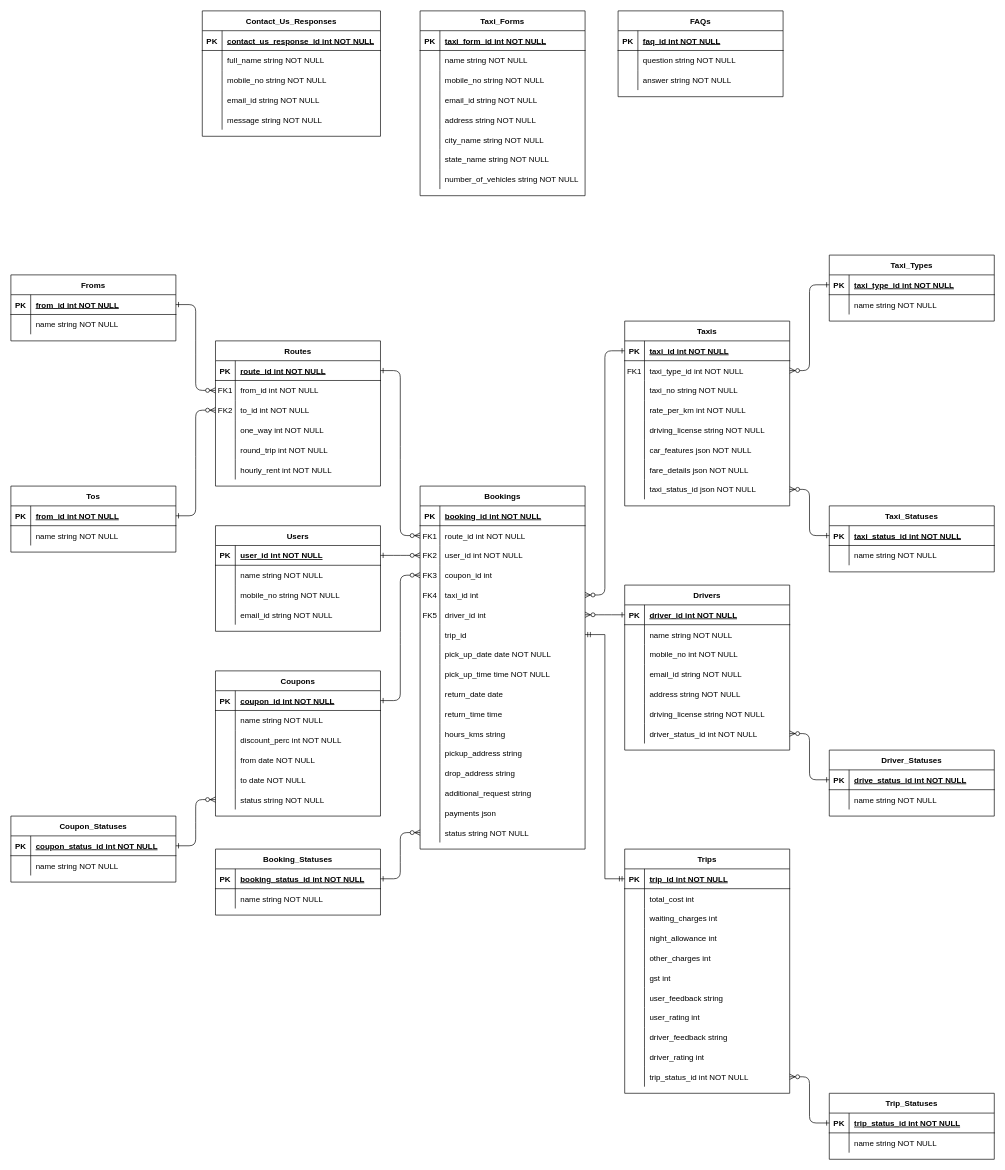
Earlier version of the draw.io diagram BTCv2.drawio (TechManTejas/BombayTaxiCo_Express_Backend). Source tidied: cells renumbered, new cells numbered last; positions are measured from the earlier drawing's top-left corner, leaving out a move shared by most shapes. Both pictures are drawn from the tidied source at 66%, with x=0, y=0 at pixel (11, 11).
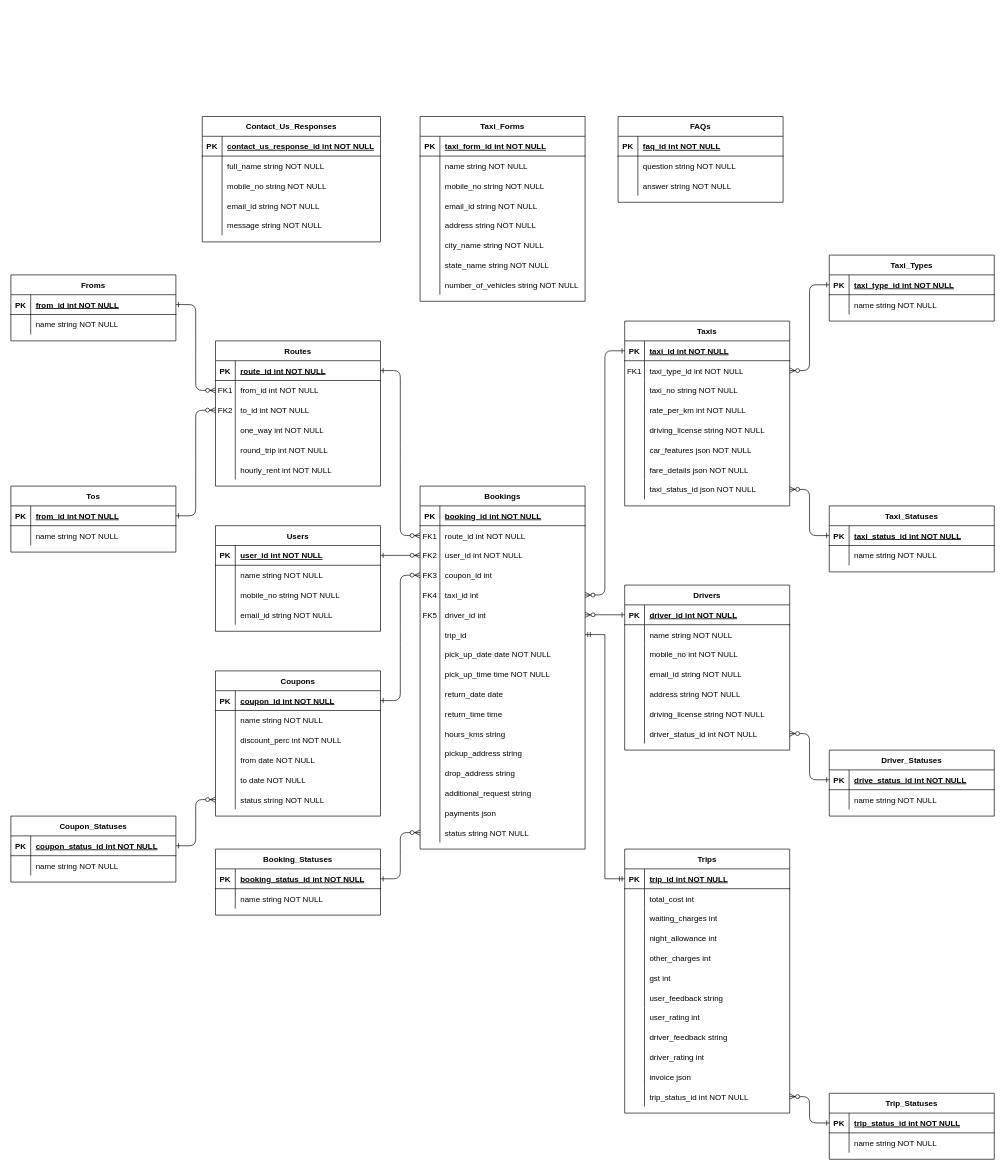
The same diagram, later.

The edit, as a diff of the source:
```diff
@@
     <mxCell id="181" value="Taxi_Forms" style="shape=table;startSize=30;childLayout=tableLayout;rowLines=0;fontStyle=1;align=center;gradientColor=default;fillColor=none;" parent="1" vertex="1">
-      <mxGeometry x="620" width="250" height="280" as="geometry" />
+      <mxGeometry x="620" y="160" width="250" height="280" as="geometry" />
     </mxCell>
@@
     <mxCell id="206" value="Contact_Us_Responses" style="shape=table;startSize=30;childLayout=tableLayout;rowLines=0;fontStyle=1;align=center;gradientColor=default;fillColor=none;" parent="1" vertex="1">
-      <mxGeometry x="290" width="270" height="190" as="geometry" />
+      <mxGeometry x="290" y="160" width="270" height="190" as="geometry" />
     </mxCell>
@@
     <mxCell id="222" value="FAQs" style="shape=table;startSize=30;childLayout=tableLayout;rowLines=0;fontStyle=1;align=center;gradientColor=default;fillColor=none;" parent="1" vertex="1">
-      <mxGeometry x="920" width="250" height="130" as="geometry" />
+      <mxGeometry x="920" y="160" width="250" height="130" as="geometry" />
     </mxCell>
@@
     <mxCell id="233" value="Trips" style="shape=table;startSize=30;childLayout=tableLayout;rowLines=0;fontStyle=1;align=center;" parent="1" vertex="1">
-      <mxGeometry x="930" y="1270" width="250" height="370" as="geometry" />
+      <mxGeometry x="930" y="1270" width="250" height="400" as="geometry" />
     </mxCell>
@@
+    <mxCell id="307" style="shape=partialRectangle;fillColor=none;top=0;left=0;right=0;bottom=0;" parent="233" vertex="1">
+      <mxGeometry y="330" width="250" height="30" as="geometry" />
+    </mxCell>
+    <mxCell id="308" style="shape=partialRectangle;overflow=hidden;fillColor=none;top=0;left=0;bottom=0;right=0;" parent="307" vertex="1">
+      <mxGeometry width="30" height="30" as="geometry" />
+    </mxCell>
+    <mxCell id="309" value="invoice json" style="shape=partialRectangle;overflow=hidden;fillColor=none;top=0;left=0;bottom=0;right=0;align=left;spacingLeft=6;" parent="307" vertex="1">
+      <mxGeometry x="30" width="220" height="30" as="geometry" />
+    </mxCell>
     <mxCell id="264" style="shape=partialRectangle;fillColor=none;points=[[0,0.5],[1,0.5]];portConstraint=eastwest;top=0;left=0;right=0;bottom=0;" parent="233" vertex="1">
-      <mxGeometry y="330" width="250" height="30" as="geometry" />
+      <mxGeometry y="360" width="250" height="30" as="geometry" />
     </mxCell>
```
